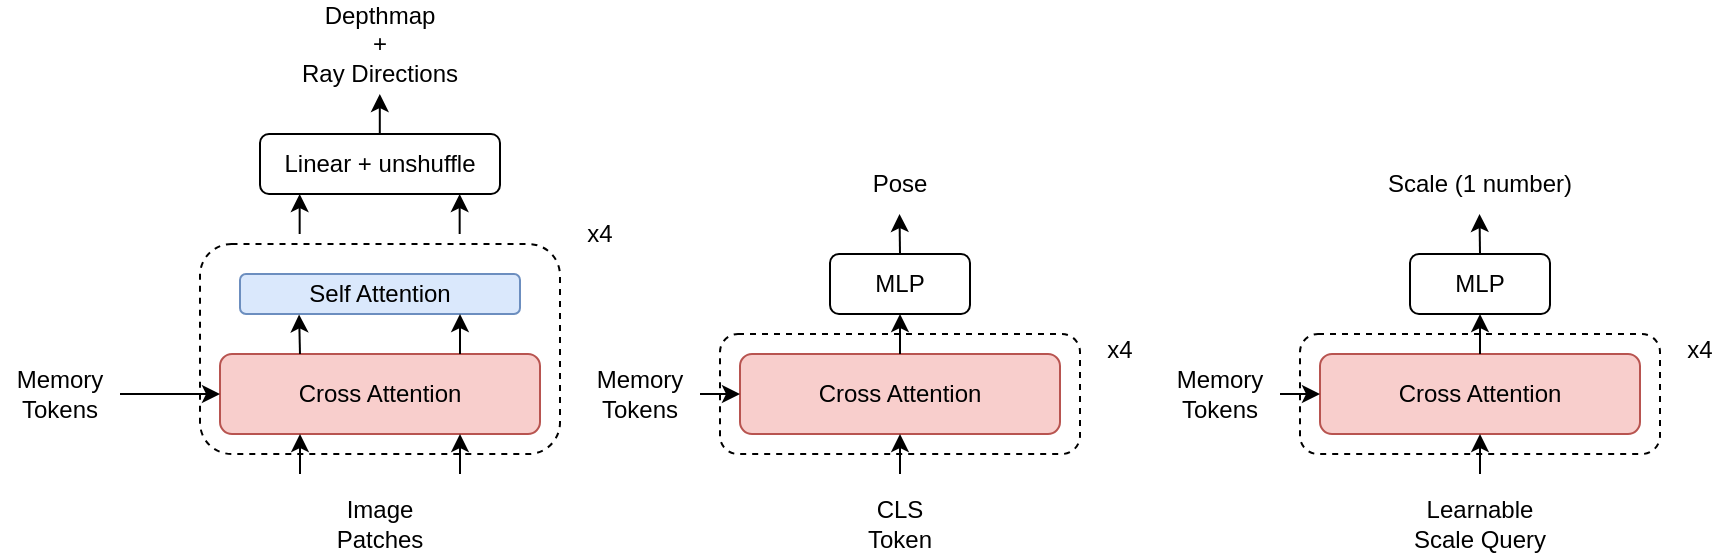
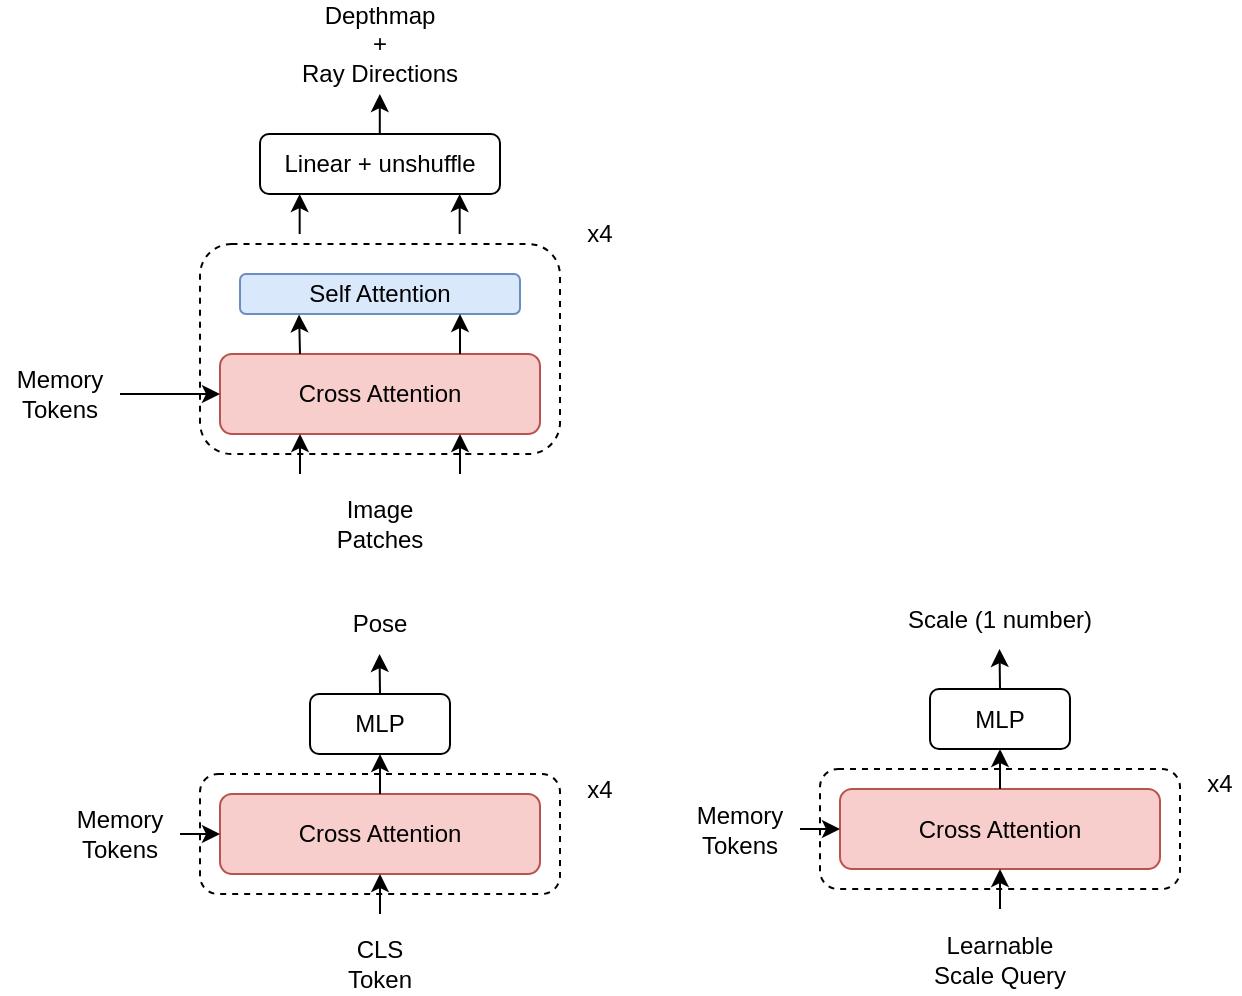
<mxfile host="app.diagrams.net">
  <diagram name="Page-1" id="LQt2_Hfh7H6-ZKKHvrbg">
-     <mxGraphModel dx="1658" dy="470" grid="1" gridSize="10" guides="1" tooltips="1" connect="1" arrows="1" fold="1" page="1" pageScale="1" pageWidth="850" pageHeight="1100" math="0" shadow="0">
+     <mxGraphModel dx="2028" dy="685" grid="1" gridSize="10" guides="1" tooltips="1" connect="1" arrows="1" fold="1" page="1" pageScale="1" pageWidth="850" pageHeight="1100" math="0" shadow="0">
      <root>
        <mxCell id="0" />
        <mxCell id="1" parent="0" />
        <mxCell id="Kup8zPqzDn_rHlbHAEMb-9" parent="1" style="rounded=1;whiteSpace=wrap;html=1;dashed=1;" value="" vertex="1">
-           <mxGeometry height="105" width="180" x="40" y="165" as="geometry" />
+           <mxGeometry height="105" width="180" x="30" y="185" as="geometry" />
        </mxCell>
        <mxCell id="Kup8zPqzDn_rHlbHAEMb-1" parent="1" style="text;html=1;whiteSpace=wrap;strokeColor=none;fillColor=none;align=center;verticalAlign=middle;rounded=0;" value="Memory&lt;div&gt;Tokens&lt;/div&gt;" vertex="1">
-           <mxGeometry height="30" width="60" x="-60" y="225" as="geometry" />
+           <mxGeometry height="30" width="60" x="-70" y="245" as="geometry" />
        </mxCell>
        <mxCell id="Kup8zPqzDn_rHlbHAEMb-2" parent="1" style="rounded=1;whiteSpace=wrap;html=1;fillColor=#f8cecc;strokeColor=#b85450;" value="Cross Attention" vertex="1">
-           <mxGeometry height="40" width="160" x="50" y="220" as="geometry" />
+           <mxGeometry height="40" width="160" x="40" y="240" as="geometry" />
        </mxCell>
        <mxCell id="Kup8zPqzDn_rHlbHAEMb-3" parent="1" style="rounded=1;whiteSpace=wrap;html=1;fillColor=#dae8fc;strokeColor=#6c8ebf;" value="Self Attention" vertex="1">
-           <mxGeometry height="20" width="140" x="60" y="180" as="geometry" />
+           <mxGeometry height="20" width="140" x="50" y="200" as="geometry" />
        </mxCell>
        <mxCell id="Kup8zPqzDn_rHlbHAEMb-4" edge="1" parent="1" source="Kup8zPqzDn_rHlbHAEMb-1" style="endArrow=classic;html=1;rounded=0;exitX=1;exitY=0.5;exitDx=0;exitDy=0;entryX=0;entryY=0.5;entryDx=0;entryDy=0;" target="Kup8zPqzDn_rHlbHAEMb-2" value="">
          <mxGeometry height="50" relative="1" width="50" as="geometry">
-             <mxPoint x="-20" y="330" as="sourcePoint" />
-             <mxPoint x="30" y="280" as="targetPoint" />
+             <mxPoint x="-30" y="350" as="sourcePoint" />
+             <mxPoint x="20" y="300" as="targetPoint" />
          </mxGeometry>
        </mxCell>
        <mxCell id="Kup8zPqzDn_rHlbHAEMb-5" edge="1" parent="1" source="Kup8zPqzDn_rHlbHAEMb-2" style="endArrow=classic;html=1;rounded=0;exitX=0.25;exitY=0;exitDx=0;exitDy=0;entryX=0.211;entryY=1.01;entryDx=0;entryDy=0;entryPerimeter=0;" target="Kup8zPqzDn_rHlbHAEMb-3" value="">
          <mxGeometry height="50" relative="1" width="50" as="geometry">
-             <mxPoint x="90" y="330" as="sourcePoint" />
-             <mxPoint x="140" y="280" as="targetPoint" />
+             <mxPoint x="80" y="350" as="sourcePoint" />
+             <mxPoint x="130" y="300" as="targetPoint" />
          </mxGeometry>
        </mxCell>
        <mxCell id="Kup8zPqzDn_rHlbHAEMb-6" edge="1" parent="1" style="endArrow=classic;html=1;rounded=0;exitX=0.25;exitY=0;exitDx=0;exitDy=0;entryX=0.211;entryY=1.01;entryDx=0;entryDy=0;entryPerimeter=0;" value="">
          <mxGeometry height="50" relative="1" width="50" as="geometry">
-             <mxPoint x="170" y="220" as="sourcePoint" />
-             <mxPoint x="170" y="200" as="targetPoint" />
+             <mxPoint x="160" y="240" as="sourcePoint" />
+             <mxPoint x="160" y="220" as="targetPoint" />
          </mxGeometry>
        </mxCell>
        <mxCell id="Kup8zPqzDn_rHlbHAEMb-7" edge="1" parent="1" style="endArrow=classic;html=1;rounded=0;entryX=0.25;entryY=1;entryDx=0;entryDy=0;" target="Kup8zPqzDn_rHlbHAEMb-2" value="">
          <mxGeometry height="50" relative="1" width="50" as="geometry">
-             <mxPoint x="90" y="280" as="sourcePoint" />
-             <mxPoint x="100" y="280" as="targetPoint" />
+             <mxPoint x="80" y="300" as="sourcePoint" />
+             <mxPoint x="90" y="300" as="targetPoint" />
          </mxGeometry>
        </mxCell>
        <mxCell id="Kup8zPqzDn_rHlbHAEMb-8" edge="1" parent="1" style="endArrow=classic;html=1;rounded=0;entryX=0.25;entryY=1;entryDx=0;entryDy=0;" value="">
          <mxGeometry height="50" relative="1" width="50" as="geometry">
-             <mxPoint x="170" y="280" as="sourcePoint" />
-             <mxPoint x="170" y="260" as="targetPoint" />
+             <mxPoint x="160" y="300" as="sourcePoint" />
+             <mxPoint x="160" y="280" as="targetPoint" />
          </mxGeometry>
        </mxCell>
        <mxCell id="Kup8zPqzDn_rHlbHAEMb-10" parent="1" style="text;html=1;whiteSpace=wrap;strokeColor=none;fillColor=none;align=center;verticalAlign=middle;rounded=0;" value="Image Patches" vertex="1">
-           <mxGeometry height="30" width="60" x="100" y="290" as="geometry" />
+           <mxGeometry height="30" width="60" x="90" y="310" as="geometry" />
        </mxCell>
        <mxCell id="Kup8zPqzDn_rHlbHAEMb-11" parent="1" style="text;html=1;whiteSpace=wrap;strokeColor=none;fillColor=none;align=center;verticalAlign=middle;rounded=0;" value="x4" vertex="1">
-           <mxGeometry height="20" width="20" x="230" y="150" as="geometry" />
+           <mxGeometry height="20" width="20" x="220" y="170" as="geometry" />
        </mxCell>
        <mxCell id="Kup8zPqzDn_rHlbHAEMb-12" edge="1" parent="1" style="endArrow=classic;html=1;rounded=0;entryX=0.25;entryY=1;entryDx=0;entryDy=0;" value="">
          <mxGeometry height="50" relative="1" width="50" as="geometry">
-             <mxPoint x="89.82999999999998" y="160" as="sourcePoint" />
-             <mxPoint x="89.82999999999998" y="140" as="targetPoint" />
+             <mxPoint x="79.82999999999998" y="180" as="sourcePoint" />
+             <mxPoint x="79.82999999999998" y="160" as="targetPoint" />
          </mxGeometry>
        </mxCell>
        <mxCell id="Kup8zPqzDn_rHlbHAEMb-13" edge="1" parent="1" style="endArrow=classic;html=1;rounded=0;entryX=0.25;entryY=1;entryDx=0;entryDy=0;" value="">
          <mxGeometry height="50" relative="1" width="50" as="geometry">
-             <mxPoint x="169.82999999999998" y="160" as="sourcePoint" />
-             <mxPoint x="169.82999999999998" y="140" as="targetPoint" />
+             <mxPoint x="159.82999999999998" y="180" as="sourcePoint" />
+             <mxPoint x="159.82999999999998" y="160" as="targetPoint" />
          </mxGeometry>
        </mxCell>
        <mxCell id="Kup8zPqzDn_rHlbHAEMb-14" parent="1" style="text;html=1;whiteSpace=wrap;strokeColor=none;fillColor=none;align=center;verticalAlign=middle;rounded=0;" value="Depthmap&lt;div&gt;+&lt;/div&gt;&lt;div&gt;Ray Directions&lt;/div&gt;" vertex="1">
-           <mxGeometry height="30" width="100" x="80" y="50" as="geometry" />
+           <mxGeometry height="30" width="100" x="70" y="70" as="geometry" />
        </mxCell>
        <mxCell id="Kup8zPqzDn_rHlbHAEMb-16" parent="1" style="rounded=1;whiteSpace=wrap;html=1;dashed=1;" value="" vertex="1">
-           <mxGeometry height="60" width="180" x="300" y="210" as="geometry" />
+           <mxGeometry height="60" width="180" x="30" y="450" as="geometry" />
        </mxCell>
        <mxCell id="Kup8zPqzDn_rHlbHAEMb-17" parent="1" style="rounded=1;whiteSpace=wrap;html=1;fillColor=#f8cecc;strokeColor=#b85450;" value="Cross Attention" vertex="1">
-           <mxGeometry height="40" width="160" x="310" y="220" as="geometry" />
+           <mxGeometry height="40" width="160" x="40" y="460" as="geometry" />
        </mxCell>
        <mxCell id="Kup8zPqzDn_rHlbHAEMb-19" edge="1" parent="1" style="endArrow=classic;html=1;rounded=0;entryX=0;entryY=0.5;entryDx=0;entryDy=0;" target="Kup8zPqzDn_rHlbHAEMb-17" value="">
          <mxGeometry height="50" relative="1" width="50" as="geometry">
-             <mxPoint x="290" y="240" as="sourcePoint" />
-             <mxPoint x="290" y="280" as="targetPoint" />
+             <mxPoint x="20" y="480" as="sourcePoint" />
+             <mxPoint x="20" y="520" as="targetPoint" />
          </mxGeometry>
        </mxCell>
        <mxCell id="Kup8zPqzDn_rHlbHAEMb-20" edge="1" parent="1" source="Kup8zPqzDn_rHlbHAEMb-17" style="endArrow=classic;html=1;rounded=0;exitX=0.5;exitY=0;exitDx=0;exitDy=0;entryX=0.5;entryY=1;entryDx=0;entryDy=0;" target="Kup8zPqzDn_rHlbHAEMb-31" value="">
          <mxGeometry height="50" relative="1" width="50" as="geometry">
-             <mxPoint x="390" y="220" as="sourcePoint" />
-             <mxPoint x="389.53999999999996" y="200.20000000000005" as="targetPoint" />
+             <mxPoint x="120" y="460" as="sourcePoint" />
+             <mxPoint x="119.53999999999996" y="440.20000000000005" as="targetPoint" />
          </mxGeometry>
        </mxCell>
        <mxCell id="Kup8zPqzDn_rHlbHAEMb-22" edge="1" parent="1" style="endArrow=classic;html=1;rounded=0;entryX=0.25;entryY=1;entryDx=0;entryDy=0;" value="">
          <mxGeometry height="50" relative="1" width="50" as="geometry">
-             <mxPoint x="390" y="280" as="sourcePoint" />
-             <mxPoint x="390" y="260" as="targetPoint" />
+             <mxPoint x="120" y="520" as="sourcePoint" />
+             <mxPoint x="120" y="500" as="targetPoint" />
          </mxGeometry>
        </mxCell>
        <mxCell id="Kup8zPqzDn_rHlbHAEMb-24" parent="1" style="text;html=1;whiteSpace=wrap;strokeColor=none;fillColor=none;align=center;verticalAlign=middle;rounded=0;" value="CLS Token" vertex="1">
-           <mxGeometry height="30" width="60" x="360" y="290" as="geometry" />
+           <mxGeometry height="30" width="60" x="90" y="530" as="geometry" />
        </mxCell>
        <mxCell id="Kup8zPqzDn_rHlbHAEMb-25" parent="1" style="text;html=1;whiteSpace=wrap;strokeColor=none;fillColor=none;align=center;verticalAlign=middle;rounded=0;" value="x4" vertex="1">
-           <mxGeometry height="20" width="20" x="490" y="207.5" as="geometry" />
+           <mxGeometry height="20" width="20" x="220" y="447.5" as="geometry" />
        </mxCell>
        <mxCell id="Kup8zPqzDn_rHlbHAEMb-28" parent="1" style="text;html=1;whiteSpace=wrap;strokeColor=none;fillColor=none;align=center;verticalAlign=middle;rounded=0;" value="Pose" vertex="1">
-           <mxGeometry height="30" width="100" x="340" y="120" as="geometry" />
+           <mxGeometry height="30" width="100" x="70" y="360" as="geometry" />
        </mxCell>
        <mxCell id="Kup8zPqzDn_rHlbHAEMb-29" parent="1" style="text;html=1;whiteSpace=wrap;strokeColor=none;fillColor=none;align=center;verticalAlign=middle;rounded=0;" value="Memory&lt;div&gt;Tokens&lt;/div&gt;" vertex="1">
-           <mxGeometry height="30" width="60" x="230" y="225" as="geometry" />
+           <mxGeometry height="30" width="60" x="-40" y="465" as="geometry" />
        </mxCell>
        <mxCell id="Kup8zPqzDn_rHlbHAEMb-31" parent="1" style="rounded=1;whiteSpace=wrap;html=1;" value="MLP" vertex="1">
-           <mxGeometry height="30" width="70" x="355" y="170" as="geometry" />
+           <mxGeometry height="30" width="70" x="85" y="410" as="geometry" />
        </mxCell>
        <mxCell id="Kup8zPqzDn_rHlbHAEMb-33" edge="1" parent="1" source="Kup8zPqzDn_rHlbHAEMb-31" style="endArrow=classic;html=1;rounded=0;exitX=0.5;exitY=0;exitDx=0;exitDy=0;entryX=0.211;entryY=1.01;entryDx=0;entryDy=0;entryPerimeter=0;" value="">
          <mxGeometry height="50" relative="1" width="50" as="geometry">
-             <mxPoint x="390.22" y="169.79999999999995" as="sourcePoint" />
-             <mxPoint x="389.76" y="150" as="targetPoint" />
+             <mxPoint x="120.22000000000003" y="409.79999999999995" as="sourcePoint" />
+             <mxPoint x="119.75999999999999" y="390" as="targetPoint" />
          </mxGeometry>
        </mxCell>
        <mxCell id="Kup8zPqzDn_rHlbHAEMb-34" parent="1" style="rounded=1;whiteSpace=wrap;html=1;dashed=1;" value="" vertex="1">
-           <mxGeometry height="60" width="180" x="590" y="210" as="geometry" />
+           <mxGeometry height="60" width="180" x="340" y="447.5" as="geometry" />
        </mxCell>
        <mxCell id="Kup8zPqzDn_rHlbHAEMb-35" parent="1" style="rounded=1;whiteSpace=wrap;html=1;fillColor=#f8cecc;strokeColor=#b85450;" value="Cross Attention" vertex="1">
-           <mxGeometry height="40" width="160" x="600" y="220" as="geometry" />
+           <mxGeometry height="40" width="160" x="350" y="457.5" as="geometry" />
        </mxCell>
        <mxCell id="Kup8zPqzDn_rHlbHAEMb-36" edge="1" parent="1" style="endArrow=classic;html=1;rounded=0;entryX=0;entryY=0.5;entryDx=0;entryDy=0;" target="Kup8zPqzDn_rHlbHAEMb-35" value="">
          <mxGeometry height="50" relative="1" width="50" as="geometry">
-             <mxPoint x="580" y="240" as="sourcePoint" />
-             <mxPoint x="580" y="280" as="targetPoint" />
+             <mxPoint x="330" y="477.5" as="sourcePoint" />
+             <mxPoint x="330" y="517.5" as="targetPoint" />
          </mxGeometry>
        </mxCell>
        <mxCell id="Kup8zPqzDn_rHlbHAEMb-37" edge="1" parent="1" source="Kup8zPqzDn_rHlbHAEMb-35" style="endArrow=classic;html=1;rounded=0;exitX=0.5;exitY=0;exitDx=0;exitDy=0;entryX=0.5;entryY=1;entryDx=0;entryDy=0;" target="Kup8zPqzDn_rHlbHAEMb-43" value="">
          <mxGeometry height="50" relative="1" width="50" as="geometry">
-             <mxPoint x="680" y="220" as="sourcePoint" />
-             <mxPoint x="679.54" y="200.20000000000005" as="targetPoint" />
+             <mxPoint x="430" y="457.5" as="sourcePoint" />
+             <mxPoint x="429.53999999999996" y="437.70000000000005" as="targetPoint" />
          </mxGeometry>
        </mxCell>
        <mxCell id="Kup8zPqzDn_rHlbHAEMb-38" edge="1" parent="1" style="endArrow=classic;html=1;rounded=0;entryX=0.25;entryY=1;entryDx=0;entryDy=0;" value="">
          <mxGeometry height="50" relative="1" width="50" as="geometry">
-             <mxPoint x="680" y="280" as="sourcePoint" />
-             <mxPoint x="680" y="260" as="targetPoint" />
+             <mxPoint x="430" y="517.5" as="sourcePoint" />
+             <mxPoint x="430" y="497.5" as="targetPoint" />
          </mxGeometry>
        </mxCell>
        <mxCell id="Kup8zPqzDn_rHlbHAEMb-39" parent="1" style="text;html=1;whiteSpace=wrap;strokeColor=none;fillColor=none;align=center;verticalAlign=middle;rounded=0;" value="Learnable&lt;div&gt;Scale Query&lt;/div&gt;" vertex="1">
-           <mxGeometry height="30" width="90" x="635" y="290" as="geometry" />
+           <mxGeometry height="30" width="90" x="385" y="527.5" as="geometry" />
        </mxCell>
        <mxCell id="Kup8zPqzDn_rHlbHAEMb-40" parent="1" style="text;html=1;whiteSpace=wrap;strokeColor=none;fillColor=none;align=center;verticalAlign=middle;rounded=0;" value="x4" vertex="1">
-           <mxGeometry height="20" width="20" x="780" y="207.5" as="geometry" />
+           <mxGeometry height="20" width="20" x="530" y="445" as="geometry" />
        </mxCell>
        <mxCell id="Kup8zPqzDn_rHlbHAEMb-41" parent="1" style="text;html=1;whiteSpace=wrap;strokeColor=none;fillColor=none;align=center;verticalAlign=middle;rounded=0;" value="Scale (1 number)" vertex="1">
-           <mxGeometry height="30" width="100" x="630" y="120" as="geometry" />
+           <mxGeometry height="30" width="100" x="380" y="357.5" as="geometry" />
        </mxCell>
        <mxCell id="Kup8zPqzDn_rHlbHAEMb-42" parent="1" style="text;html=1;whiteSpace=wrap;strokeColor=none;fillColor=none;align=center;verticalAlign=middle;rounded=0;" value="Memory&lt;div&gt;Tokens&lt;/div&gt;" vertex="1">
-           <mxGeometry height="30" width="60" x="520" y="225" as="geometry" />
+           <mxGeometry height="30" width="60" x="270" y="462.5" as="geometry" />
        </mxCell>
        <mxCell id="Kup8zPqzDn_rHlbHAEMb-43" parent="1" style="rounded=1;whiteSpace=wrap;html=1;" value="MLP" vertex="1">
-           <mxGeometry height="30" width="70" x="645" y="170" as="geometry" />
+           <mxGeometry height="30" width="70" x="395" y="407.5" as="geometry" />
        </mxCell>
        <mxCell id="Kup8zPqzDn_rHlbHAEMb-44" edge="1" parent="1" source="Kup8zPqzDn_rHlbHAEMb-43" style="endArrow=classic;html=1;rounded=0;exitX=0.5;exitY=0;exitDx=0;exitDy=0;entryX=0.211;entryY=1.01;entryDx=0;entryDy=0;entryPerimeter=0;" value="">
          <mxGeometry height="50" relative="1" width="50" as="geometry">
-             <mxPoint x="680.22" y="169.79999999999995" as="sourcePoint" />
-             <mxPoint x="679.76" y="150" as="targetPoint" />
+             <mxPoint x="430.22" y="407.29999999999995" as="sourcePoint" />
+             <mxPoint x="429.76" y="387.5" as="targetPoint" />
          </mxGeometry>
        </mxCell>
        <mxCell id="Kup8zPqzDn_rHlbHAEMb-46" parent="1" style="rounded=1;whiteSpace=wrap;html=1;" value="Linear + unshuffle" vertex="1">
-           <mxGeometry height="30" width="120" x="70" y="110" as="geometry" />
+           <mxGeometry height="30" width="120" x="60" y="130" as="geometry" />
        </mxCell>
        <mxCell id="Kup8zPqzDn_rHlbHAEMb-47" edge="1" parent="1" style="endArrow=classic;html=1;rounded=0;entryX=0.25;entryY=1;entryDx=0;entryDy=0;" value="">
          <mxGeometry height="50" relative="1" width="50" as="geometry">
-             <mxPoint x="129.9" y="110" as="sourcePoint" />
-             <mxPoint x="129.9" y="90" as="targetPoint" />
+             <mxPoint x="119.9" y="130" as="sourcePoint" />
+             <mxPoint x="119.9" y="110" as="targetPoint" />
          </mxGeometry>
        </mxCell>
      </root>
    </mxGraphModel>
  </diagram>
</mxfile>
